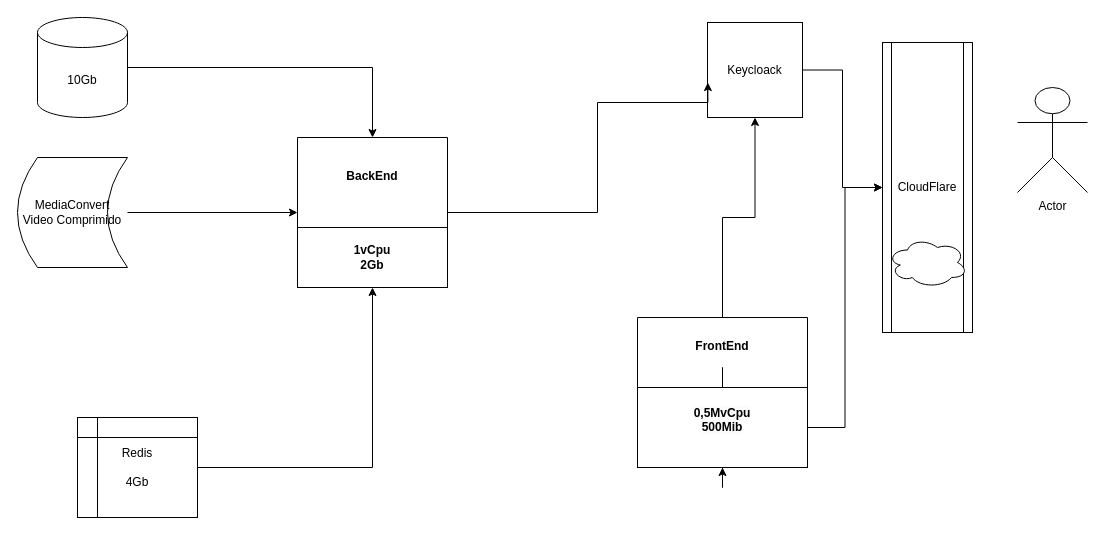
marski10/Projects-Marksi keeps this draw.io diagram as repo.drawio. Above is the earlier version. Source tidied: cells renumbered, new cells numbered last; positions are measured from the earlier drawing's top-left corner, leaving out a move shared by most shapes. Both pictures are drawn from the tidied source at 100%, with x=0, y=0 at pixel (17, 17).
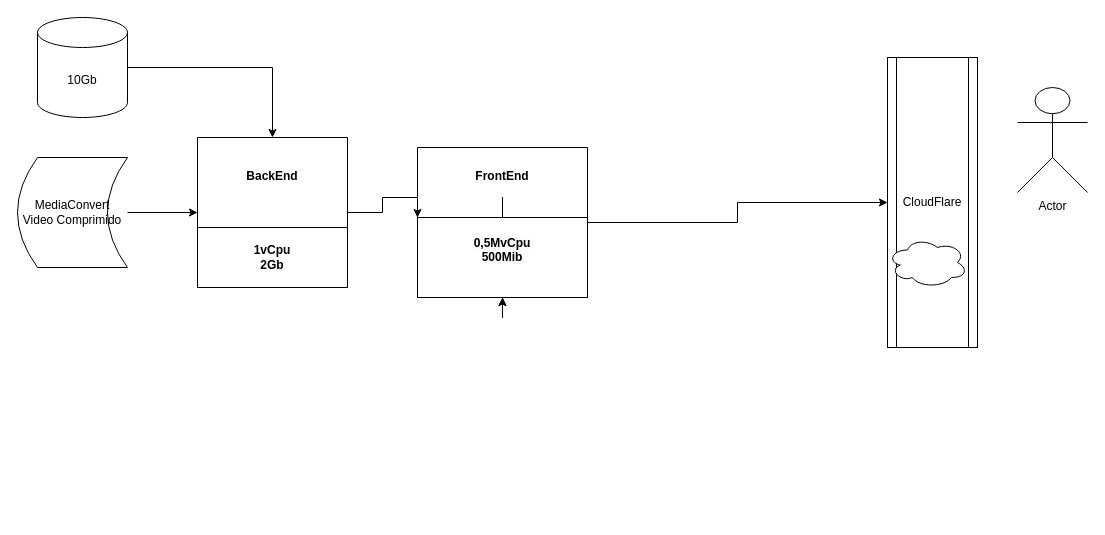
After the change.

Unchanged cells that the change refers to:
```xml
<mxCell id="11" value="&#10;&lt;span style=&quot;color: rgb(0, 0, 0); font-family: Helvetica; font-size: 12px; font-style: normal; font-variant-ligatures: normal; font-variant-caps: normal; font-weight: 700; letter-spacing: normal; orphans: 2; text-align: center; text-indent: 0px; text-transform: none; widows: 2; word-spacing: 0px; -webkit-text-stroke-width: 0px; white-space: nowrap; background-color: rgb(251, 251, 251); text-decoration-thickness: initial; text-decoration-style: initial; text-decoration-color: initial; display: inline !important; float: none;&quot;&gt;0,5MvCpu&lt;/span&gt;&lt;br style=&quot;forced-color-adjust: none; padding: 0px; margin: 0px; color: rgb(0, 0, 0); font-family: Helvetica; font-size: 12px; font-style: normal; font-variant-ligatures: normal; font-variant-caps: normal; font-weight: 700; letter-spacing: normal; orphans: 2; text-align: center; text-indent: 0px; text-transform: none; widows: 2; word-spacing: 0px; -webkit-text-stroke-width: 0px; white-space: nowrap; background-color: rgb(251, 251, 251); text-decoration-thickness: initial; text-decoration-style: initial; text-decoration-color: initial;&quot;&gt;&lt;span style=&quot;color: rgb(0, 0, 0); font-family: Helvetica; font-size: 12px; font-style: normal; font-variant-ligatures: normal; font-variant-caps: normal; font-weight: 700; letter-spacing: normal; orphans: 2; text-align: center; text-indent: 0px; text-transform: none; widows: 2; word-spacing: 0px; -webkit-text-stroke-width: 0px; white-space: nowrap; background-color: rgb(251, 251, 251); text-decoration-thickness: initial; text-decoration-style: initial; text-decoration-color: initial; display: inline !important; float: none;&quot;&gt;500Mib&lt;/span&gt;&#10;&#10;" style="whiteSpace=wrap;html=1;" parent="9" vertex="1">
  <mxGeometry y="70" width="170" height="80" as="geometry" />
</mxCell>
<mxCell id="13" value="&lt;span style=&quot;font-weight: 700; text-wrap: nowrap;&quot;&gt;1vCpu&lt;/span&gt;&lt;br style=&quot;padding: 0px; margin: 0px; font-weight: 700; text-wrap: nowrap;&quot;&gt;&lt;span style=&quot;font-weight: 700; text-wrap: nowrap;&quot;&gt;2Gb&lt;/span&gt;" style="whiteSpace=wrap;html=1;" parent="12" vertex="1">
  <mxGeometry y="90" width="150" height="60" as="geometry" />
</mxCell>
```

Change to the diagram source:
```diff
@@
-    <mxCell id="6" style="edgeStyle=orthogonalEdgeStyle;rounded=0;jettySize=auto;html=1;entryX=0.5;entryY=1;entryDx=0;entryDy=0;" parent="1" edge="1" source="7" target="13">
-      <mxGeometry relative="1" as="geometry" />
-    </mxCell>
-    <mxCell id="7" value="Redis&lt;br&gt;&lt;br&gt;4Gb" style="shape=internalStorage;whiteSpace=wrap;html=1;backgroundOutline=1;" parent="1" vertex="1">
-      <mxGeometry x="60" y="400" width="120" height="100" as="geometry" />
-    </mxCell>
-    <mxCell id="8" style="edgeStyle=orthogonalEdgeStyle;rounded=0;jettySize=auto;html=1;" parent="1" edge="1" source="9" target="15">
-      <mxGeometry relative="1" as="geometry" />
-    </mxCell>
+    <mxCell id="21" style="edgeStyle=orthogonalEdgeStyle;rounded=0;jettySize=auto;html=1;entryX=0;entryY=0.5;entryDx=0;entryDy=0;" parent="1" edge="1" source="9" target="18">
+      <mxGeometry relative="1" as="geometry" />
+    </mxCell>
     <mxCell id="9" value="FrontEnd&#10;" style="swimlane;startSize=70;" parent="1" vertex="1">
-      <mxGeometry x="620" y="300" width="170" height="150" as="geometry" />
+      <mxGeometry x="400" y="130" width="170" height="150" as="geometry" />
     </mxCell>
@@
+    <mxCell id="22" style="edgeStyle=orthogonalEdgeStyle;rounded=0;jettySize=auto;html=1;" parent="9" edge="1" source="11" target="9">
+      <mxGeometry relative="1" as="geometry" />
+    </mxCell>
@@
+    <mxCell id="23" style="edgeStyle=orthogonalEdgeStyle;rounded=0;jettySize=auto;html=1;entryX=0;entryY=0;entryDx=0;entryDy=0;" parent="1" edge="1" source="12" target="11">
+      <mxGeometry relative="1" as="geometry" />
+    </mxCell>
     <mxCell id="12" value="BackEnd&#10;" style="swimlane;startSize=90;" parent="1" vertex="1">
-      <mxGeometry x="280" y="120" width="150" height="150" as="geometry" />
+      <mxGeometry x="180" y="120" width="150" height="150" as="geometry" />
     </mxCell>
@@
-    <mxCell id="14" style="edgeStyle=orthogonalEdgeStyle;rounded=0;jettySize=auto;html=1;" parent="1" edge="1" source="15" target="18">
-      <mxGeometry relative="1" as="geometry" />
-    </mxCell>
-    <mxCell id="15" value="Keycloack" style="whiteSpace=wrap;html=1;" parent="1" vertex="1">
-      <mxGeometry x="690" y="5" width="95" height="95" as="geometry" />
-    </mxCell>
-    <mxCell id="16" style="edgeStyle=orthogonalEdgeStyle;rounded=0;jettySize=auto;html=1;entryX=0.004;entryY=0.632;entryDx=0;entryDy=0;entryPerimeter=0;" parent="1" edge="1" source="12" target="15">
-      <mxGeometry relative="1" as="geometry">
-        <Array as="points">
-          <mxPoint x="580" y="195" />
-          <mxPoint x="580" y="85" />
-        </Array>
-      </mxGeometry>
-    </mxCell>
@@
     <mxCell id="18" value="CloudFlare" style="shape=process;whiteSpace=wrap;html=1;backgroundOutline=1;" parent="1" vertex="1">
-      <mxGeometry x="865" y="25" width="90" height="290" as="geometry" />
+      <mxGeometry x="870" y="40" width="90" height="290" as="geometry" />
     </mxCell>
-    <mxCell id="19" style="edgeStyle=orthogonalEdgeStyle;rounded=0;jettySize=auto;html=1;entryX=0;entryY=0.5;entryDx=0;entryDy=0;" parent="1" edge="1" source="11" target="18">
-      <mxGeometry relative="1" as="geometry" />
-    </mxCell>
```
